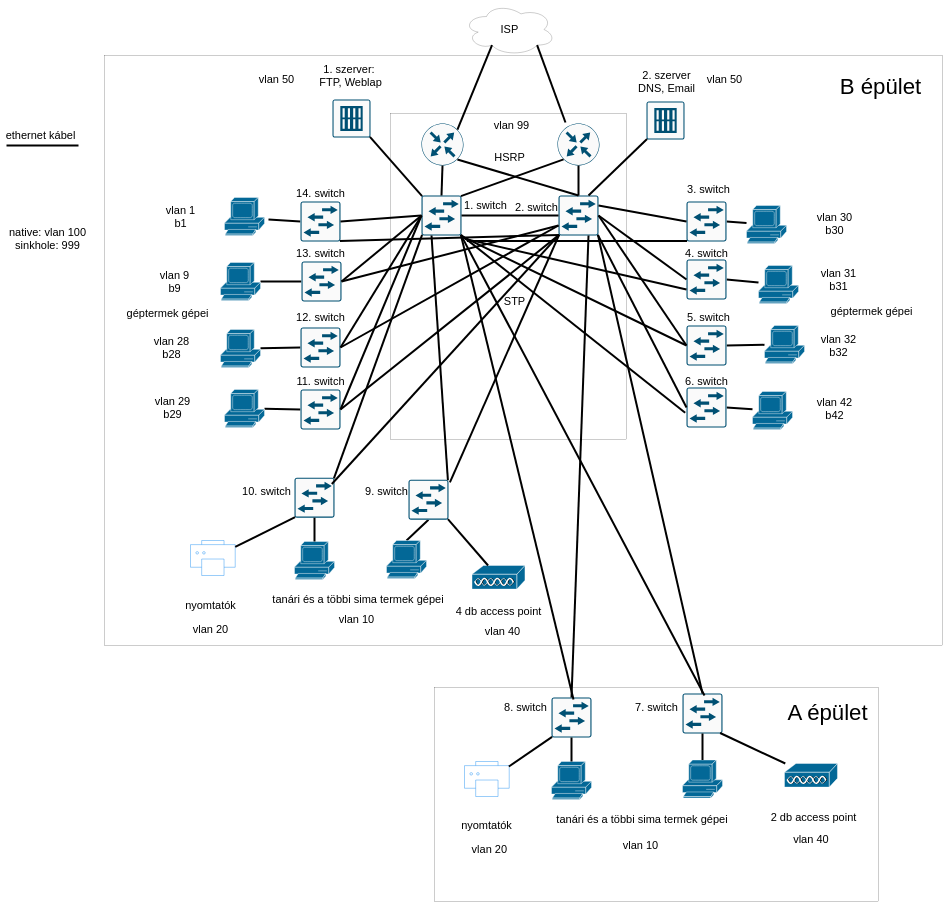
sebi2ga121/trefort-terv keeps this draw.io diagram as draw/terfort terv topológia.drawio. Above is the earlier version. Source tidied: cells renumbered, new cells numbered last; positions are measured from the earlier drawing's top-left corner, leaving out a move shared by most shapes. Both pictures are drawn from the tidied source at 20%, with x=0, y=0 at pixel (3, 3).
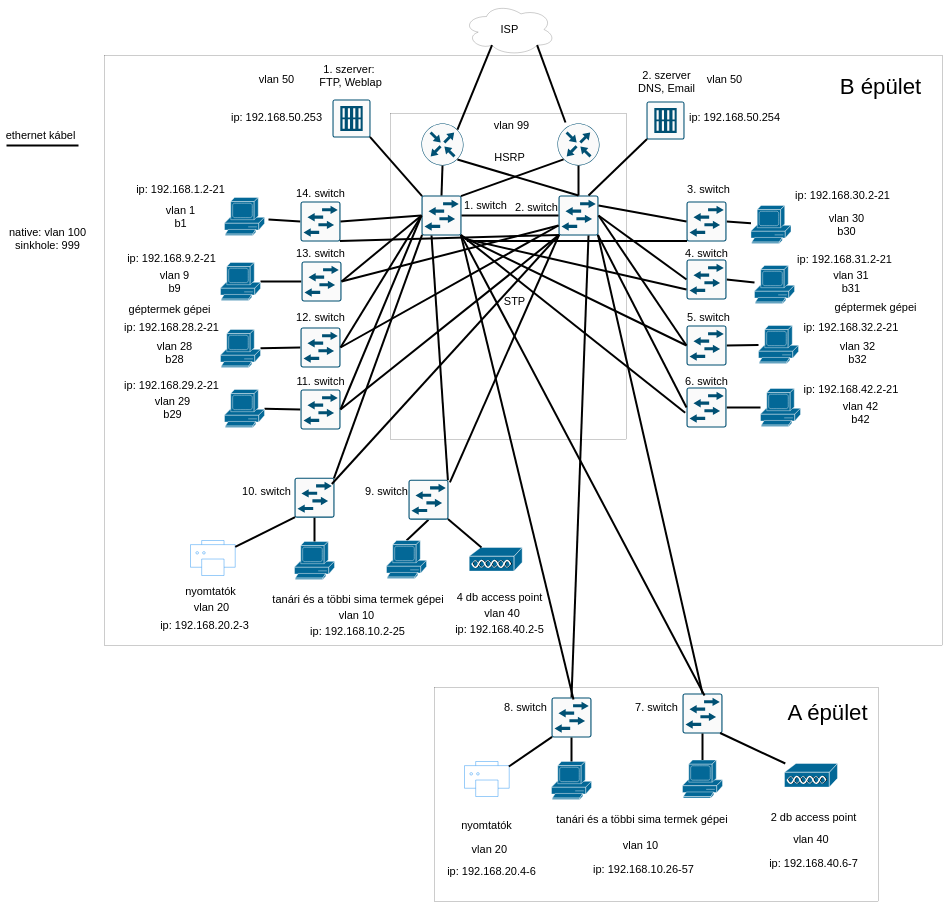
After the change.

Commit message (it also covers changes not shown here):
logikai topológia

Change to the diagram source:
```diff
@@
     <mxCell id="62" style="shape=mxgraph.cisco.computers_and_peripherals.pc;html=1;dashed=0;fillColor=#036897;strokeColor=#ffffff;strokeWidth=2;verticalLabelPosition=bottom;verticalAlign=top;align=center;outlineConnect=0;fontSize=55;" parent="1" vertex="1">
-      <mxGeometry x="3715" y="1010" width="200" height="190" as="geometry" />
+      <mxGeometry x="3737.4" y="1010" width="200" height="190" as="geometry" />
     </mxCell>
     <mxCell id="63" style="shape=mxgraph.cisco.computers_and_peripherals.pc;html=1;dashed=0;fillColor=#036897;strokeColor=#ffffff;strokeWidth=2;verticalLabelPosition=bottom;verticalAlign=top;align=center;outlineConnect=0;fontSize=55;" parent="1" vertex="1">
-      <mxGeometry x="3775" y="1310" width="200" height="190" as="geometry" />
+      <mxGeometry x="3755" y="1310" width="200" height="190" as="geometry" />
     </mxCell>
     <mxCell id="64" style="shape=mxgraph.cisco.computers_and_peripherals.pc;html=1;dashed=0;fillColor=#036897;strokeColor=#ffffff;strokeWidth=2;verticalLabelPosition=bottom;verticalAlign=top;align=center;outlineConnect=0;fontSize=55;" parent="1" vertex="1">
-      <mxGeometry x="3805" y="1610" width="200" height="190" as="geometry" />
+      <mxGeometry x="3775" y="1610" width="200" height="190" as="geometry" />
     </mxCell>
     <mxCell id="65" style="shape=mxgraph.cisco.computers_and_peripherals.pc;html=1;dashed=0;fillColor=#036897;strokeColor=#ffffff;strokeWidth=2;verticalLabelPosition=bottom;verticalAlign=top;align=center;outlineConnect=0;fontSize=55;" parent="1" vertex="1">
-      <mxGeometry x="3745" y="1940" width="200" height="190" as="geometry" />
+      <mxGeometry x="3785" y="1925" width="200" height="190" as="geometry" />
     </mxCell>
@@
     <mxCell id="67" value="&lt;font style=&quot;font-size: 55px;&quot;&gt;géptermek gépei&lt;/font&gt;" style="text;html=1;align=center;verticalAlign=middle;strokeColor=none;fillColor=none;fontSize=55;" parent="1" vertex="1">
-      <mxGeometry x="605" y="1510" width="430" height="80" as="geometry" />
+      <mxGeometry x="615" y="1490" width="430" height="80" as="geometry" />
     </mxCell>
     <mxCell id="68" value="&lt;font style=&quot;font-size: 55px;&quot;&gt;géptermek gépei&lt;/font&gt;" style="text;html=1;align=center;verticalAlign=middle;strokeColor=none;fillColor=none;fontSize=55;" parent="1" vertex="1">
-      <mxGeometry x="4125" y="1500" width="430" height="80" as="geometry" />
+      <mxGeometry x="4145" y="1480" width="430" height="80" as="geometry" />
     </mxCell>
@@
     <mxCell id="85" value="&lt;font style=&quot;font-size: 55px;&quot;&gt;vlan 28&lt;/font&gt;&lt;div&gt;&lt;font style=&quot;font-size: 55px;&quot;&gt;b28&lt;/font&gt;&lt;/div&gt;" style="text;html=1;align=center;verticalAlign=middle;strokeColor=none;fillColor=none;fontSize=55;" parent="1" vertex="1">
-      <mxGeometry x="740" y="1645" width="200" height="150" as="geometry" />
+      <mxGeometry x="755" y="1670" width="200" height="150" as="geometry" />
     </mxCell>
@@
     <mxCell id="87" value="&lt;font style=&quot;font-size: 55px;&quot;&gt;vlan 30&lt;/font&gt;&lt;div&gt;&lt;font style=&quot;font-size: 55px;&quot;&gt;b30&lt;/font&gt;&lt;/div&gt;" style="text;html=1;align=center;verticalAlign=middle;strokeColor=none;fillColor=none;fontSize=55;" parent="1" vertex="1">
-      <mxGeometry x="4055" y="1025" width="200" height="150" as="geometry" />
+      <mxGeometry x="4115" y="1030" width="200" height="150" as="geometry" />
     </mxCell>
     <mxCell id="88" value="&lt;font style=&quot;font-size: 55px;&quot;&gt;vlan 31&lt;/font&gt;&lt;div&gt;&lt;font style=&quot;font-size: 55px;&quot;&gt;b31&lt;/font&gt;&lt;/div&gt;" style="text;html=1;align=center;verticalAlign=middle;strokeColor=none;fillColor=none;fontSize=55;" parent="1" vertex="1">
-      <mxGeometry x="4075" y="1305" width="200" height="150" as="geometry" />
+      <mxGeometry x="4137.4" y="1315" width="200" height="150" as="geometry" />
     </mxCell>
     <mxCell id="89" value="&lt;font style=&quot;font-size: 55px;&quot;&gt;vlan 32&lt;/font&gt;&lt;div&gt;&lt;font style=&quot;font-size: 55px;&quot;&gt;b32&lt;/font&gt;&lt;/div&gt;" style="text;html=1;align=center;verticalAlign=middle;strokeColor=none;fillColor=none;fontSize=55;" parent="1" vertex="1">
-      <mxGeometry x="4075" y="1635" width="200" height="150" as="geometry" />
+      <mxGeometry x="4169.7" y="1670" width="200" height="150" as="geometry" />
     </mxCell>
     <mxCell id="90" value="&lt;font style=&quot;font-size: 55px;&quot;&gt;vlan 42&lt;/font&gt;&lt;div&gt;&lt;font style=&quot;font-size: 55px;&quot;&gt;b42&lt;/font&gt;&lt;/div&gt;" style="text;html=1;align=center;verticalAlign=middle;strokeColor=none;fillColor=none;fontSize=55;" parent="1" vertex="1">
-      <mxGeometry x="4055" y="1950" width="200" height="150" as="geometry" />
+      <mxGeometry x="4185" y="1970" width="200" height="150" as="geometry" />
     </mxCell>
@@
     <mxCell id="93" value="&lt;font style=&quot;font-size: 55px;&quot;&gt;nyomtatók&lt;/font&gt;" style="text;html=1;align=center;verticalAlign=middle;strokeColor=none;fillColor=none;fontSize=55;" parent="1" vertex="1">
-      <mxGeometry x="895" y="2970" width="280" height="80" as="geometry" />
+      <mxGeometry x="895" y="2900" width="280" height="80" as="geometry" />
     </mxCell>
     <mxCell id="94" style="shape=mxgraph.cisco.misc.access_point;html=1;dashed=0;fillColor=#036897;strokeColor=#ffffff;strokeWidth=2;verticalLabelPosition=bottom;verticalAlign=top;align=center;outlineConnect=0;" parent="1" vertex="1">
-      <mxGeometry x="2342.6" y="2810" width="264.7" height="120" as="geometry" />
+      <mxGeometry x="2328.6" y="2720" width="264.7" height="120" as="geometry" />
     </mxCell>
@@
     <mxCell id="96" value="&lt;font style=&quot;font-size: 55px;&quot;&gt;4 db access point&lt;/font&gt;" style="text;html=1;align=center;verticalAlign=middle;strokeColor=none;fillColor=none;fontSize=55;" parent="1" vertex="1">
-      <mxGeometry x="2250" y="3000" width="450" height="80" as="geometry" />
+      <mxGeometry x="2255" y="2930" width="450" height="80" as="geometry" />
     </mxCell>
     <mxCell id="97" value="&lt;font style=&quot;font-size: 55px;&quot;&gt;vlan 10&lt;/font&gt;" style="text;html=1;align=center;verticalAlign=middle;strokeColor=none;fillColor=none;fontSize=55;" parent="1" vertex="1">
-      <mxGeometry x="1665" y="3040" width="200" height="80" as="geometry" />
+      <mxGeometry x="1665" y="3020" width="200" height="80" as="geometry" />
     </mxCell>
     <mxCell id="98" value="&lt;font style=&quot;font-size: 55px;&quot;&gt;vlan 20&lt;/font&gt;" style="text;html=1;align=center;verticalAlign=middle;strokeColor=none;fillColor=none;fontSize=55;" parent="1" vertex="1">
-      <mxGeometry x="935" y="3090" width="200" height="80" as="geometry" />
+      <mxGeometry x="940" y="2980" width="200" height="80" as="geometry" />
     </mxCell>
     <mxCell id="99" value="&lt;font style=&quot;font-size: 55px;&quot;&gt;vlan 40&lt;/font&gt;" style="text;html=1;align=center;verticalAlign=middle;strokeColor=none;fillColor=none;fontSize=55;" parent="1" vertex="1">
-      <mxGeometry x="2395" y="3100" width="200" height="80" as="geometry" />
+      <mxGeometry x="2393.3" y="3010" width="200" height="80" as="geometry" />
     </mxCell>
@@
+    <mxCell id="137" value="ip: 192.168.1.2-21" style="text;html=1;align=center;verticalAlign=middle;strokeColor=none;fillColor=none;fontSize=55;" parent="1" vertex="1">
+      <mxGeometry x="650" y="890" width="470" height="80" as="geometry" />
+    </mxCell>
+    <mxCell id="138" value="ip: 192.168.9.2-21" style="text;html=1;align=center;verticalAlign=middle;strokeColor=none;fillColor=none;fontSize=55;" parent="1" vertex="1">
+      <mxGeometry x="605" y="1235" width="470" height="80" as="geometry" />
+    </mxCell>
+    <mxCell id="139" value="ip: 192.168.28.2-21" style="text;html=1;align=center;verticalAlign=middle;strokeColor=none;fillColor=none;fontSize=55;" parent="1" vertex="1">
+      <mxGeometry x="590" y="1580" width="500" height="80" as="geometry" />
+    </mxCell>
+    <mxCell id="140" value="ip: 192.168.29.2-21" style="text;html=1;align=center;verticalAlign=middle;strokeColor=none;fillColor=none;fontSize=55;" parent="1" vertex="1">
+      <mxGeometry x="590" y="1870" width="500" height="80" as="geometry" />
+    </mxCell>
+    <mxCell id="141" value="ip: 192.168.30.2-21" style="text;html=1;align=center;verticalAlign=middle;strokeColor=none;fillColor=none;fontSize=55;" parent="1" vertex="1">
+      <mxGeometry x="3945" y="920" width="500" height="80" as="geometry" />
+    </mxCell>
+    <mxCell id="142" value="ip: 192.168.31.2-21" style="text;html=1;align=center;verticalAlign=middle;strokeColor=none;fillColor=none;fontSize=55;" parent="1" vertex="1">
+      <mxGeometry x="3955" y="1240" width="500" height="80" as="geometry" />
+    </mxCell>
+    <mxCell id="143" value="ip: 192.168.32.2-21" style="text;html=1;align=center;verticalAlign=middle;strokeColor=none;fillColor=none;fontSize=55;" parent="1" vertex="1">
+      <mxGeometry x="3987.4" y="1580" width="500" height="80" as="geometry" />
+    </mxCell>
+    <mxCell id="144" value="ip: 192.168.42.2-21" style="text;html=1;align=center;verticalAlign=middle;strokeColor=none;fillColor=none;fontSize=55;" parent="1" vertex="1">
+      <mxGeometry x="3987.4" y="1890" width="500" height="80" as="geometry" />
+    </mxCell>
+    <mxCell id="145" value="ip: 192.168.50.253" style="text;html=1;align=center;verticalAlign=middle;strokeColor=none;fillColor=none;fontSize=55;" parent="1" vertex="1">
+      <mxGeometry x="1125" y="530" width="480" height="80" as="geometry" />
+    </mxCell>
+    <mxCell id="146" value="ip: 192.168.50.254" style="text;html=1;align=center;verticalAlign=middle;strokeColor=none;fillColor=none;fontSize=55;" parent="1" vertex="1">
+      <mxGeometry x="3415" y="530" width="480" height="80" as="geometry" />
+    </mxCell>
+    <mxCell id="147" value="ip: 192.168.20.2-3" style="text;html=1;align=center;verticalAlign=middle;strokeColor=none;fillColor=none;fontSize=55;" parent="1" vertex="1">
+      <mxGeometry x="770" y="3070" width="470" height="80" as="geometry" />
+    </mxCell>
+    <mxCell id="148" value="ip: 192.168.20.4-6" style="text;html=1;align=center;verticalAlign=middle;strokeColor=none;fillColor=none;fontSize=55;" parent="1" vertex="1">
+      <mxGeometry x="2205" y="4300" width="470" height="80" as="geometry" />
+    </mxCell>
+    <mxCell id="149" value="ip: 192.168.40.2-5" style="text;html=1;align=center;verticalAlign=middle;strokeColor=none;fillColor=none;fontSize=55;" parent="1" vertex="1">
+      <mxGeometry x="2245" y="3090" width="470" height="80" as="geometry" />
+    </mxCell>
+    <mxCell id="150" value="ip: 192.168.40.6-7" style="text;html=1;align=center;verticalAlign=middle;strokeColor=none;fillColor=none;fontSize=55;" parent="1" vertex="1">
+      <mxGeometry x="3815" y="4260" width="470" height="80" as="geometry" />
+    </mxCell>
+    <mxCell id="151" value="ip: 192.168.10.2-25" style="text;html=1;align=center;verticalAlign=middle;strokeColor=none;fillColor=none;fontSize=55;" parent="1" vertex="1">
+      <mxGeometry x="1520" y="3100" width="500" height="80" as="geometry" />
+    </mxCell>
+    <mxCell id="152" value="ip: 192.168.10.26-57" style="text;html=1;align=center;verticalAlign=middle;strokeColor=none;fillColor=none;fontSize=55;" parent="1" vertex="1">
+      <mxGeometry x="2935" y="4290" width="530" height="80" as="geometry" />
+    </mxCell>
```
